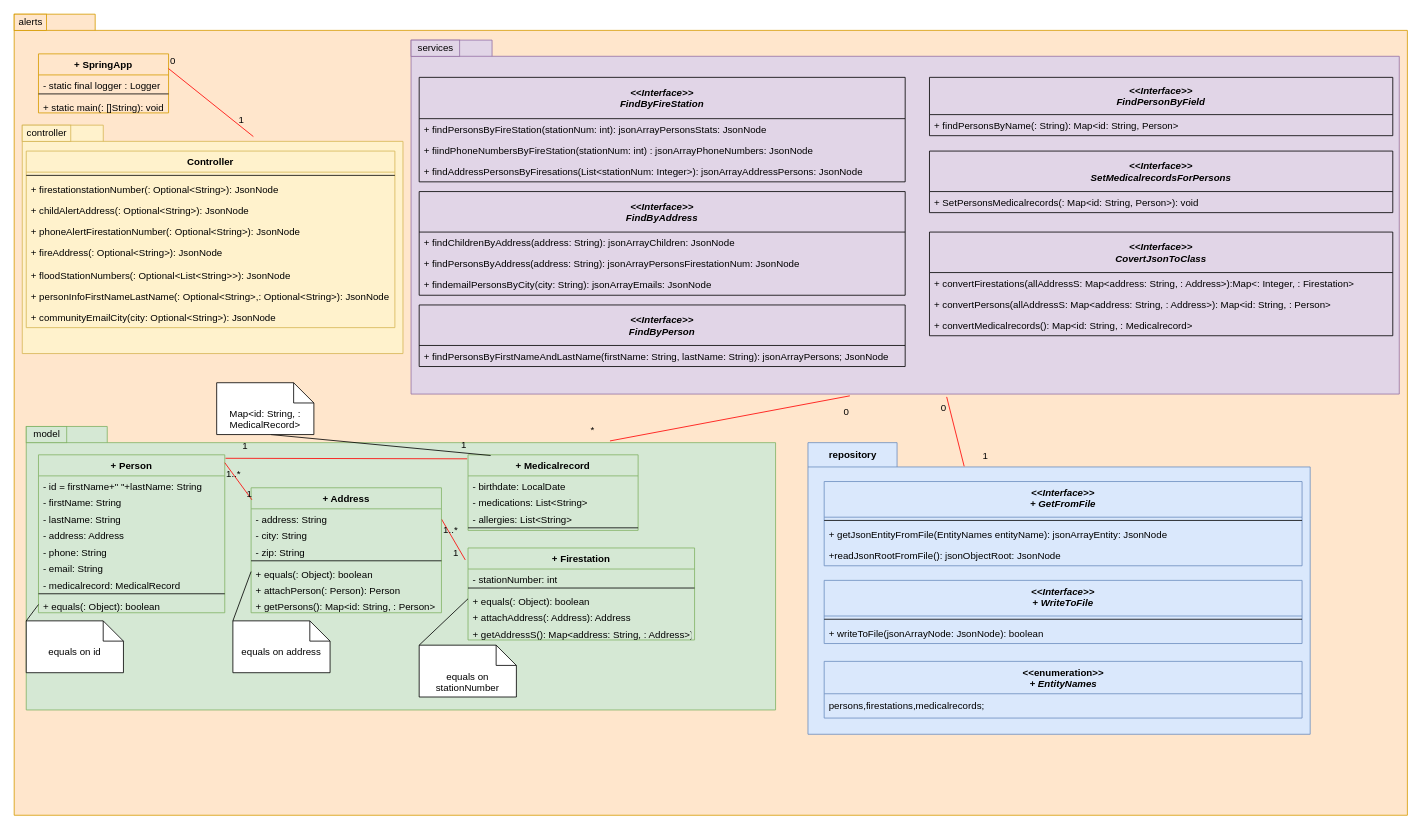
The draw.io diagram page "ClassDiagram1" (1 of 2) of UML/classDiagram.drawio in andrechico999/https-github.com-emmo78-com.safetynet.alerts, before the edit. Source tidied: cells renumbered, new cells numbered last; positions are measured from the earlier drawing's top-left corner, leaving out a move shared by most shapes. Both pictures are drawn from the tidied source at 81%, with x=0, y=0 at pixel (14, 14).
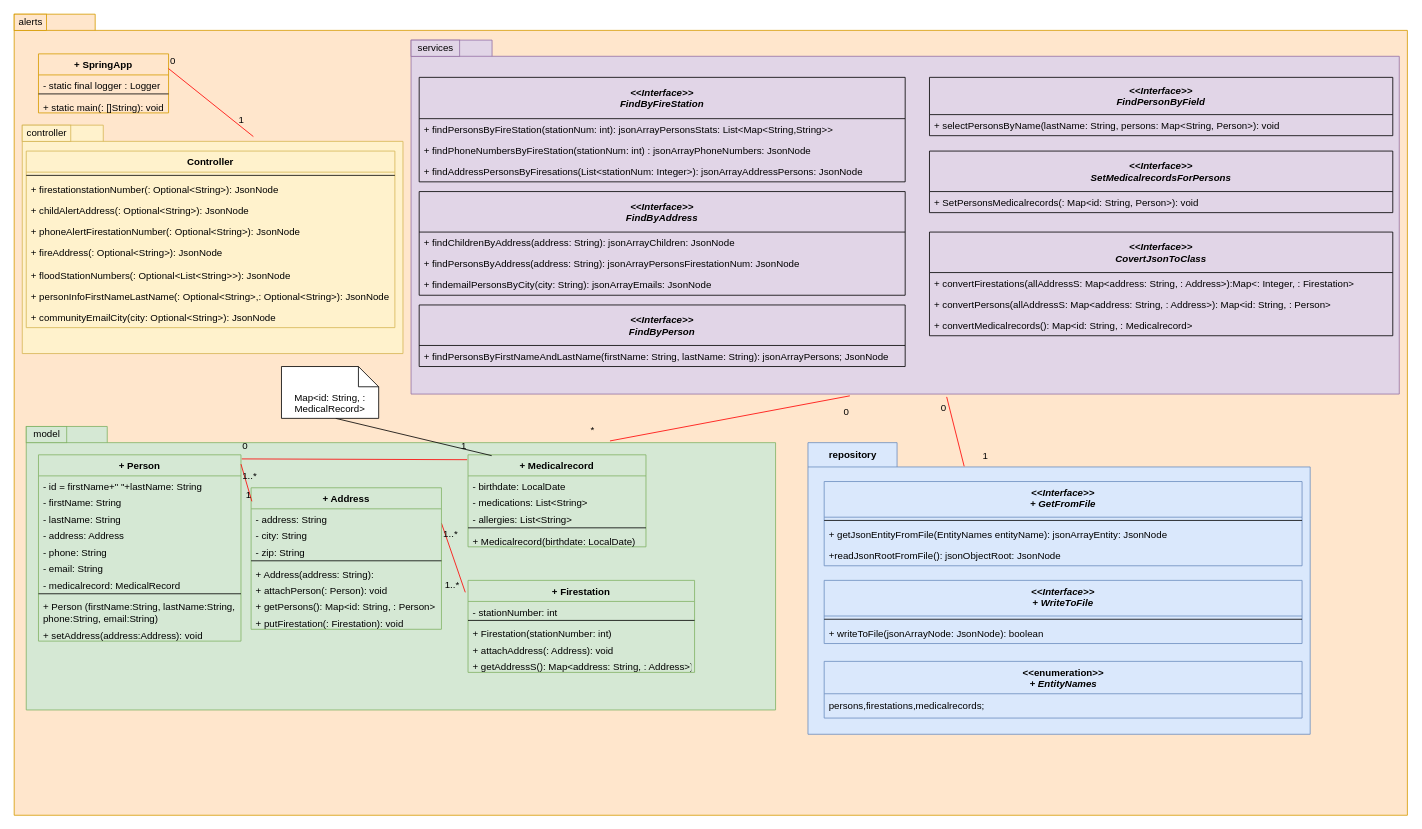
The same page after the edit.

Unchanged cells that the change refers to:
```xml
<mxCell id="36" style="endArrow=none;html=1;rounded=0;align=center;verticalAlign=top;endFill=0;labelBackgroundColor=none;strokeColor=#FF0000;entryX=-0.012;entryY=0.13;entryDx=0;entryDy=0;entryPerimeter=0;exitX=1;exitY=0.25;exitDx=0;exitDy=0;" parent="1" edge="1" source="87" target="30">
  <mxGeometry relative="1" as="geometry" />
</mxCell>
<mxCell id="52" value="&lt;&lt;Interface&gt;&gt;&#10;FindByFireStation" style="swimlane;fontStyle=3;horizontal=1;startSize=51;fillColor=none;" parent="1" vertex="1">
  <mxGeometry x="500" y="78" width="600" height="129" as="geometry" />
</mxCell>
<mxCell id="62" value="&lt;&lt;Interface&gt;&gt;&#10;FindPersonByField" style="swimlane;fontStyle=3;horizontal=1;startSize=46;fillColor=none;" parent="1" vertex="1">
  <mxGeometry x="1130" y="78" width="572" height="72" as="geometry" />
</mxCell>
```

Diff of the diagram source:
```diff
@@
     <mxCell id="12" value="+ Person" style="swimlane;fontStyle=1;align=center;verticalAlign=top;horizontal=1;startSize=26;fillColor=#d5e8d4;strokeColor=#82b366;" parent="1" vertex="1">
-      <mxGeometry x="30" y="544" width="230" height="195" as="geometry" />
+      <mxGeometry x="30" y="544" width="250" height="230" as="geometry" />
     </mxCell>
     <mxCell id="13" value="- id = firstName+&quot; &quot;+lastName: String" style="text;strokeColor=none;fillColor=none;align=left;verticalAlign=top;spacingLeft=4;spacingRight=4;overflow=hidden;" parent="12" vertex="1">
-      <mxGeometry y="26" width="230" height="20.3" as="geometry" />
+      <mxGeometry y="26" width="250" height="20.3" as="geometry" />
     </mxCell>
     <mxCell id="14" value="- firstName: String" style="text;strokeColor=none;fillColor=none;align=left;verticalAlign=top;spacingLeft=4;spacingRight=4;overflow=hidden;" parent="12" vertex="1">
-      <mxGeometry y="46.3" width="230" height="20.3" as="geometry" />
+      <mxGeometry y="46.3" width="250" height="20.3" as="geometry" />
     </mxCell>
     <mxCell id="15" value="- lastName: String" style="text;strokeColor=none;fillColor=none;align=left;verticalAlign=top;spacingLeft=4;spacingRight=4;overflow=hidden;" parent="12" vertex="1">
-      <mxGeometry y="66.7" width="230" height="20.3" as="geometry" />
+      <mxGeometry y="66.7" width="250" height="20.3" as="geometry" />
     </mxCell>
     <mxCell id="16" value="- address: Address" style="text;strokeColor=none;fillColor=none;align=left;verticalAlign=top;spacingLeft=4;spacingRight=4;overflow=hidden;" parent="12" vertex="1">
-      <mxGeometry y="87" width="230" height="20.3" as="geometry" />
+      <mxGeometry y="87" width="250" height="20.3" as="geometry" />
     </mxCell>
     <mxCell id="17" value="- phone: String" style="text;strokeColor=none;fillColor=none;align=left;verticalAlign=top;spacingLeft=4;spacingRight=4;overflow=hidden;" parent="12" vertex="1">
-      <mxGeometry y="107.4" width="230" height="20.3" as="geometry" />
+      <mxGeometry y="107.4" width="250" height="20.3" as="geometry" />
     </mxCell>
     <mxCell id="18" value="- email: String" style="text;strokeColor=none;fillColor=none;align=left;verticalAlign=top;spacingLeft=4;spacingRight=4;overflow=hidden;" parent="12" vertex="1">
-      <mxGeometry y="127.7" width="230" height="20.3" as="geometry" />
+      <mxGeometry y="127.7" width="250" height="20.3" as="geometry" />
     </mxCell>
     <mxCell id="19" value="- medicalrecord: MedicalRecord" style="text;strokeColor=none;fillColor=none;align=left;verticalAlign=top;spacingLeft=4;spacingRight=4;overflow=hidden;" parent="12" vertex="1">
-      <mxGeometry y="148.1" width="230" height="20.3" as="geometry" />
+      <mxGeometry y="148.1" width="250" height="20.3" as="geometry" />
     </mxCell>
     <mxCell id="20" style="line;strokeWidth=1;fillColor=none;align=left;verticalAlign=middle;spacingTop=-1;spacingLeft=3;spacingRight=3;labelPosition=right;" parent="12" vertex="1">
-      <mxGeometry y="168.4" width="230" height="6.3" as="geometry" />
+      <mxGeometry y="168.4" width="250" height="6.3" as="geometry" />
     </mxCell>
-    <mxCell id="21" value="+ equals(: Object): boolean" style="text;strokeColor=none;fillColor=none;align=left;verticalAlign=top;spacingLeft=4;spacingRight=4;overflow=hidden;points=[[0,0.5],[1,0.5]];portConstraint=eastwest;" parent="12" vertex="1">
-      <mxGeometry y="174.7" width="230" height="20.3" as="geometry" />
-    </mxCell>
+    <mxCell id="108" value="+ Person (firstName:String, lastName:String,&#10;phone:String, email:String)" style="text;strokeColor=none;fillColor=none;align=left;verticalAlign=top;spacingLeft=4;spacingRight=4;overflow=hidden;" parent="12" vertex="1">
+      <mxGeometry y="174.7" width="250" height="35.3" as="geometry" />
+    </mxCell>
+    <mxCell id="109" value="+ setAddress(address:Address): void" style="text;strokeColor=none;fillColor=none;align=left;verticalAlign=top;spacingLeft=4;spacingRight=4;overflow=hidden;" parent="12" vertex="1">
+      <mxGeometry y="210" width="250" height="20" as="geometry" />
+    </mxCell>
     <mxCell id="22" value="+ Medicalrecord" style="swimlane;fontStyle=1;align=center;verticalAlign=top;horizontal=1;startSize=26;fillColor=#d5e8d4;strokeColor=#82b366;" parent="1" vertex="1">
-      <mxGeometry x="560.3" y="544" width="210" height="93.3" as="geometry" />
+      <mxGeometry x="560.3" y="544" width="219.7" height="113.6" as="geometry" />
     </mxCell>
     <mxCell id="23" value="- birthdate: LocalDate" style="text;strokeColor=none;fillColor=none;align=left;verticalAlign=top;spacingLeft=4;spacingRight=4;overflow=hidden;" parent="22" vertex="1">
-      <mxGeometry y="26" width="210" height="20.3" as="geometry" />
+      <mxGeometry y="26" width="219.7" height="20.3" as="geometry" />
     </mxCell>
     <mxCell id="24" value="- medications: List&lt;String&gt;" style="text;strokeColor=none;fillColor=none;align=left;verticalAlign=top;spacingLeft=4;spacingRight=4;overflow=hidden;" parent="22" vertex="1">
-      <mxGeometry y="46.3" width="210" height="20.3" as="geometry" />
+      <mxGeometry y="46.3" width="219.7" height="20.3" as="geometry" />
     </mxCell>
     <mxCell id="25" value="- allergies: List&lt;String&gt;" style="text;strokeColor=none;fillColor=none;align=left;verticalAlign=top;spacingLeft=4;spacingRight=4;overflow=hidden;" parent="22" vertex="1">
-      <mxGeometry y="66.7" width="210" height="20.3" as="geometry" />
+      <mxGeometry y="66.7" width="219.7" height="20.3" as="geometry" />
     </mxCell>
     <mxCell id="26" style="line;strokeWidth=1;fillColor=none;align=left;verticalAlign=middle;spacingTop=-1;spacingLeft=3;spacingRight=3;labelPosition=right;" parent="22" vertex="1">
-      <mxGeometry y="87" width="210" height="6.3" as="geometry" />
+      <mxGeometry y="87" width="219.7" height="6.3" as="geometry" />
     </mxCell>
+    <mxCell id="110" value="+ Medicalrecord(birthdate: LocalDate)" style="text;strokeColor=none;fillColor=none;align=left;verticalAlign=top;spacingLeft=4;spacingRight=4;overflow=hidden;" parent="22" vertex="1">
+      <mxGeometry y="93.3" width="219.7" height="20.3" as="geometry" />
+    </mxCell>
@@
     <mxCell id="30" value="+ Firestation" style="swimlane;fontStyle=1;align=center;verticalAlign=top;horizontal=1;startSize=26;fillColor=#d5e8d4;strokeColor=#82b366;" parent="1" vertex="1">
-      <mxGeometry x="560.3" y="659" width="279.7" height="113.6" as="geometry" />
+      <mxGeometry x="560.3" y="699" width="279.7" height="113.6" as="geometry" />
     </mxCell>
@@
-    <mxCell id="33" value="+ equals(: Object): boolean" style="text;strokeColor=none;fillColor=none;align=left;verticalAlign=top;spacingLeft=4;spacingRight=4;overflow=hidden;points=[[0,0.5],[1,0.5]];portConstraint=eastwest;" parent="30" vertex="1">
-      <mxGeometry y="52.6" width="279.7" height="20.3" as="geometry" />
-    </mxCell>
+    <mxCell id="111" value="+ Firestation(stationNumber: int)" style="text;strokeColor=none;fillColor=none;align=left;verticalAlign=top;spacingLeft=4;spacingRight=4;overflow=hidden;" parent="30" vertex="1">
+      <mxGeometry y="52.6" width="279.7" height="20.3" as="geometry" />
+    </mxCell>
-    <mxCell id="34" value="+ attachAddress(: Address): Address" style="text;strokeColor=none;fillColor=none;align=left;verticalAlign=top;spacingLeft=4;spacingRight=4;overflow=hidden;" parent="30" vertex="1">
+    <mxCell id="34" value="+ attachAddress(: Address): void" style="text;strokeColor=none;fillColor=none;align=left;verticalAlign=top;spacingLeft=4;spacingRight=4;overflow=hidden;" parent="30" vertex="1">
       <mxGeometry y="72.9" width="279.7" height="20.3" as="geometry" />
     </mxCell>
@@
-    <mxCell id="38" value="&lt;span style=&quot;text-align: left&quot;&gt;1&lt;/span&gt;" style="html=1;align=right;verticalAlign=bottom;labelBackgroundColor=none;glass=0;gradientColor=none;" parent="36" vertex="1">
+    <mxCell id="38" value="&lt;div style=&quot;text-align: left;&quot;&gt;&lt;span style=&quot;background-color: initial;&quot;&gt;1..*&lt;/span&gt;&lt;/div&gt;" style="html=1;align=right;verticalAlign=bottom;labelBackgroundColor=none;glass=0;gradientColor=none;" parent="36" vertex="1">
       <mxGeometry x="1" relative="1" as="geometry">
-        <mxPoint x="-8" as="offset" />
+        <mxPoint x="-7" as="offset" />
       </mxGeometry>
     </mxCell>
@@
-    <mxCell id="53" value="+ findPersonsByFireStation(stationNum: int): jsonArrayPersonsStats: JsonNode" style="text;strokeColor=none;fillColor=none;align=left;verticalAlign=top;spacingLeft=4;spacingRight=4;overflow=hidden;" parent="52" vertex="1">
+    <mxCell id="53" value="+ findPersonsByFireStation(stationNum: int): jsonArrayPersonsStats: List&lt;Map&lt;String,String&gt;&gt;" style="text;strokeColor=none;fillColor=none;align=left;verticalAlign=top;spacingLeft=4;spacingRight=4;overflow=hidden;" parent="52" vertex="1">
       <mxGeometry y="51" width="600" height="26" as="geometry" />
     </mxCell>
-    <mxCell id="54" value="+ fiindPhoneNumbersByFireStation(stationNum: int) : jsonArrayPhoneNumbers: JsonNode" style="text;strokeColor=none;fillColor=none;align=left;verticalAlign=top;spacingLeft=4;spacingRight=4;overflow=hidden;" parent="52" vertex="1">
+    <mxCell id="54" value="+ findPhoneNumbersByFireStation(stationNum: int) : jsonArrayPhoneNumbers: JsonNode" style="text;strokeColor=none;fillColor=none;align=left;verticalAlign=top;spacingLeft=4;spacingRight=4;overflow=hidden;" parent="52" vertex="1">
       <mxGeometry y="77" width="600" height="26" as="geometry" />
     </mxCell>
@@
-    <mxCell id="63" value="+ findPersonsByName(: String): Map&lt;id: String, Person&gt;" style="text;strokeColor=none;fillColor=none;align=left;verticalAlign=top;spacingLeft=4;spacingRight=4;overflow=hidden;" parent="62" vertex="1">
+    <mxCell id="63" value="+ selectPersonsByName(lastName: String, persons: Map&lt;String, Person&gt;): void" style="text;strokeColor=none;fillColor=none;align=left;verticalAlign=top;spacingLeft=4;spacingRight=4;overflow=hidden;" parent="62" vertex="1">
       <mxGeometry y="46" width="572" height="26" as="geometry" />
     </mxCell>
@@
-    <mxCell id="65" value="1" style="html=1;align=left;verticalAlign=top;labelBackgroundColor=none;glass=0;gradientColor=none;" parent="1" vertex="1">
+    <mxCell id="65" value="0" style="html=1;align=left;verticalAlign=top;labelBackgroundColor=none;glass=0;gradientColor=none;" parent="1" vertex="1">
       <mxGeometry x="280" y="519" as="geometry" />
     </mxCell>
@@
-    <mxCell id="79" value="equals on id" style="shape=note2;boundedLbl=1;whiteSpace=wrap;html=1;size=25;verticalAlign=top;align=center;fontSize=12;" parent="1" vertex="1">
-      <mxGeometry x="14.9" y="749" width="120" height="64" as="geometry" />
-    </mxCell>
-    <mxCell id="80" style="endArrow=none;html=1;rounded=0;align=center;verticalAlign=top;endFill=0;labelBackgroundColor=none;fontSize=12;entryX=0;entryY=0;entryDx=0;entryDy=0;entryPerimeter=0;exitX=0;exitY=0.5;exitDx=0;exitDy=0;" parent="1" edge="1" source="21" target="79">
-      <mxGeometry relative="1" as="geometry" />
-    </mxCell>
@@
     <mxCell id="82" value="Map&amp;lt;id: String, : MedicalRecord&amp;gt;" style="shape=note2;boundedLbl=1;whiteSpace=wrap;html=1;size=25;verticalAlign=top;align=center;fontSize=12;" parent="1" vertex="1">
-      <mxGeometry x="250" y="455" width="120" height="64" as="geometry" />
+      <mxGeometry x="330" y="435" width="120" height="64" as="geometry" />
     </mxCell>
@@
     <mxCell id="87" value="+ Address" style="swimlane;fontStyle=1;align=center;verticalAlign=top;horizontal=1;startSize=26;fillColor=#d5e8d4;strokeColor=#82b366;" parent="1" vertex="1">
-      <mxGeometry x="292.5" y="584.7" width="235" height="154.3" as="geometry" />
+      <mxGeometry x="292.5" y="584.7" width="235" height="174.7" as="geometry" />
     </mxCell>
@@
-    <mxCell id="92" value="+ equals(: Object): boolean" style="text;strokeColor=none;fillColor=none;align=left;verticalAlign=top;spacingLeft=4;spacingRight=4;overflow=hidden;points=[[0,0.5],[1,0.5]];portConstraint=eastwest;" parent="87" vertex="1">
+    <mxCell id="92" value="+ Address(address: String):" style="text;strokeColor=none;fillColor=none;align=left;verticalAlign=top;spacingLeft=4;spacingRight=4;overflow=hidden;points=[[0,0.5],[1,0.5]];portConstraint=eastwest;" parent="87" vertex="1">
       <mxGeometry y="93.3" width="235" height="20.3" as="geometry" />
     </mxCell>
-    <mxCell id="93" value="+ attachPerson(: Person): Person" style="text;strokeColor=none;fillColor=none;align=left;verticalAlign=top;spacingLeft=4;spacingRight=4;overflow=hidden;" parent="87" vertex="1">
+    <mxCell id="93" value="+ attachPerson(: Person): void" style="text;strokeColor=none;fillColor=none;align=left;verticalAlign=top;spacingLeft=4;spacingRight=4;overflow=hidden;" parent="87" vertex="1">
       <mxGeometry y="113.6" width="235" height="20.3" as="geometry" />
     </mxCell>
@@
+    <mxCell id="112" value="+ putFirestation(: Firestation): void" style="text;strokeColor=none;fillColor=none;align=left;verticalAlign=top;spacingLeft=4;spacingRight=4;overflow=hidden;" parent="87" vertex="1">
+      <mxGeometry y="154.3" width="235" height="20.3" as="geometry" />
+    </mxCell>
@@
-    <mxCell id="98" value="equals on address" style="shape=note2;boundedLbl=1;whiteSpace=wrap;html=1;size=25;verticalAlign=top;align=center;fontSize=12;" parent="1" vertex="1">
-      <mxGeometry x="270" y="749" width="120" height="64" as="geometry" />
-    </mxCell>
-    <mxCell id="99" style="endArrow=none;html=1;rounded=0;align=center;verticalAlign=top;endFill=0;labelBackgroundColor=none;fontSize=12;entryX=0;entryY=0;entryDx=0;entryDy=0;entryPerimeter=0;exitX=0;exitY=0.5;exitDx=0;exitDy=0;" parent="1" edge="1" source="92" target="98">
-      <mxGeometry relative="1" as="geometry" />
-    </mxCell>
-    <mxCell id="100" value="equals on stationNumber" style="shape=note2;boundedLbl=1;whiteSpace=wrap;html=1;size=25;verticalAlign=top;align=center;fontSize=12;" parent="1" vertex="1">
-      <mxGeometry x="500" y="779" width="120" height="64" as="geometry" />
-    </mxCell>
-    <mxCell id="101" style="endArrow=none;html=1;rounded=0;align=center;verticalAlign=top;endFill=0;labelBackgroundColor=none;fontSize=12;entryX=0;entryY=0;entryDx=0;entryDy=0;entryPerimeter=0;exitX=0;exitY=0.5;exitDx=0;exitDy=0;" parent="1" edge="1" source="33" target="100">
-      <mxGeometry relative="1" as="geometry" />
-    </mxCell>
```
